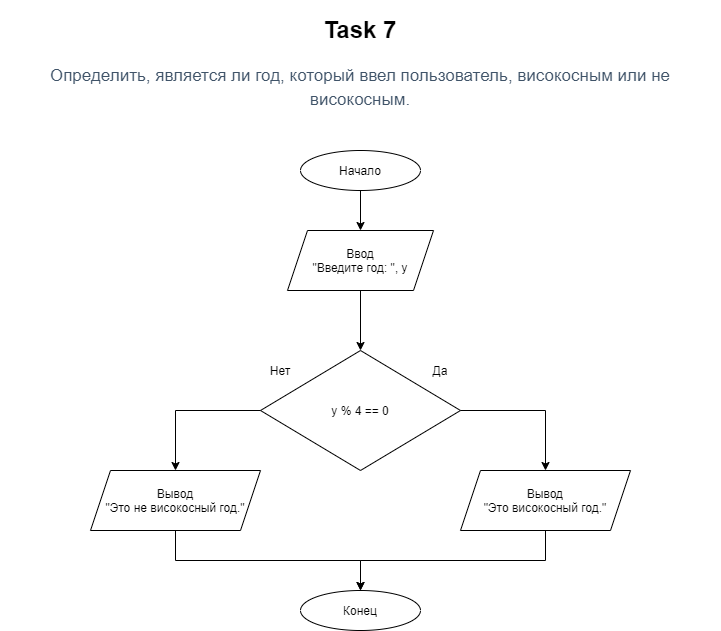
Above: Lesson1/FlowCharts/lesson1-Task-7.png in vic-k23/Geekbrains_algorithms_DS_on_Python (draw.io), before the change. Source tidied: cells renumbered, new cells last; positions are measured from the earlier drawing's top-left corner, leaving out a move shared by most shapes.
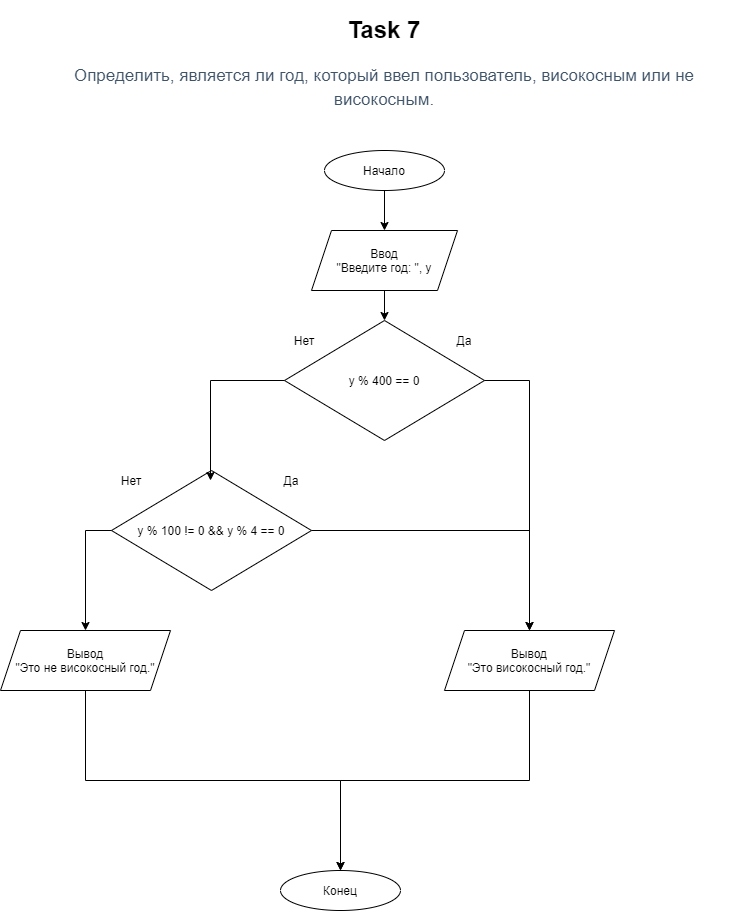
Above is the later version.

Diff of the diagram source:
```diff
@@ -11,44 +11,64 @@
     <mxCell id="4" value="Начало" style="ellipse;whiteSpace=wrap;html=1;align=center;" parent="1" vertex="1">
       <mxGeometry x="300" y="140" width="120" height="40" as="geometry" />
     </mxCell>
-    <mxCell id="5" style="edgeStyle=orthogonalEdgeStyle;rounded=0;jettySize=auto;html=1;exitX=0.5;exitY=1;exitDx=0;exitDy=0;entryX=0.5;entryY=0;entryDx=0;entryDy=0;" parent="1" edge="1" source="6" target="8">
-      <mxGeometry relative="1" as="geometry" />
-    </mxCell>
+    <mxCell id="18" style="edgeStyle=orthogonalEdgeStyle;rounded=0;jettySize=auto;html=1;exitX=0.5;exitY=1;exitDx=0;exitDy=0;entryX=0.5;entryY=0;entryDx=0;entryDy=0;" parent="1" edge="1" source="6" target="20">
+      <mxGeometry relative="1" as="geometry" />
+    </mxCell>
     <mxCell id="6" value="Ввод&lt;br&gt;&quot;Введите год: &quot;, y" style="shape=parallelogram;perimeter=parallelogramPerimeter;whiteSpace=wrap;html=1;fixedSize=1;align=center;" parent="1" vertex="1">
       <mxGeometry x="287" y="220" width="146" height="60" as="geometry" />
     </mxCell>
-    <mxCell id="7" style="group;align=center;" parent="1" vertex="1">
-      <mxGeometry x="260" y="340" width="200" height="120" as="geometry" />
-    </mxCell>
-    <mxCell id="8" value="y % 4 == 0" style="rhombus;whiteSpace=wrap;html=1;align=center;" parent="7" vertex="1">
-      <mxGeometry width="200" height="120" as="geometry" />
-    </mxCell>
-    <mxCell id="9" value="Нет" style="text;html=1;strokeColor=none;fillColor=none;align=center;verticalAlign=middle;whiteSpace=wrap;rounded=0;" parent="7" vertex="1">
-      <mxGeometry y="10" width="40" height="20" as="geometry" />
-    </mxCell>
-    <mxCell id="10" value="Да" style="text;html=1;strokeColor=none;fillColor=none;align=center;verticalAlign=middle;whiteSpace=wrap;rounded=0;" parent="7" vertex="1">
-      <mxGeometry x="160" y="10" width="40" height="20" as="geometry" />
-    </mxCell>
     <mxCell id="11" style="edgeStyle=orthogonalEdgeStyle;rounded=0;jettySize=auto;html=1;exitX=0.5;exitY=1;exitDx=0;exitDy=0;entryX=0.5;entryY=0;entryDx=0;entryDy=0;" parent="1" edge="1" source="12" target="15">
       <mxGeometry relative="1" as="geometry" />
     </mxCell>
     <mxCell id="12" value="Вывод&lt;br&gt;&quot;Это високосный год.&quot;" style="shape=parallelogram;perimeter=parallelogramPerimeter;whiteSpace=wrap;html=1;fixedSize=1;align=center;" parent="1" vertex="1">
-      <mxGeometry x="460" y="460" width="170" height="60" as="geometry" />
+      <mxGeometry x="420" y="620" width="170" height="60" as="geometry" />
     </mxCell>
     <mxCell id="13" style="edgeStyle=orthogonalEdgeStyle;rounded=0;jettySize=auto;html=1;exitX=0.5;exitY=1;exitDx=0;exitDy=0;entryX=0.5;entryY=0;entryDx=0;entryDy=0;" parent="1" edge="1" source="14" target="15">
       <mxGeometry relative="1" as="geometry" />
     </mxCell>
     <mxCell id="14" value="Вывод&lt;br&gt;&quot;Это не високосный год.&quot;" style="shape=parallelogram;perimeter=parallelogramPerimeter;whiteSpace=wrap;html=1;fixedSize=1;align=center;" parent="1" vertex="1">
-      <mxGeometry x="90" y="460" width="170" height="60" as="geometry" />
+      <mxGeometry x="-24" y="620" width="170" height="60" as="geometry" />
     </mxCell>
     <mxCell id="15" value="Конец" style="ellipse;whiteSpace=wrap;html=1;align=center;" parent="1" vertex="1">
-      <mxGeometry x="300" y="580" width="120" height="40" as="geometry" />
+      <mxGeometry x="256" y="860" width="120" height="40" as="geometry" />
     </mxCell>
-    <mxCell id="16" style="edgeStyle=orthogonalEdgeStyle;rounded=0;jettySize=auto;html=1;exitX=0;exitY=0.5;exitDx=0;exitDy=0;" parent="1" edge="1" source="8" target="14">
-      <mxGeometry relative="1" as="geometry" />
-    </mxCell>
-    <mxCell id="17" style="edgeStyle=orthogonalEdgeStyle;rounded=0;jettySize=auto;html=1;exitX=1;exitY=0.5;exitDx=0;exitDy=0;entryX=0.5;entryY=0;entryDx=0;entryDy=0;" parent="1" edge="1" source="8" target="12">
-      <mxGeometry relative="1" as="geometry" />
-    </mxCell>
+    <mxCell id="19" style="group;" parent="1" vertex="1">
+      <mxGeometry x="260" y="310" width="200" height="120" as="geometry" />
+    </mxCell>
+    <mxCell id="20" value="y % 400 == 0" style="rhombus;whiteSpace=wrap;html=1;align=center;" parent="19" vertex="1">
+      <mxGeometry width="200" height="120" as="geometry" />
+    </mxCell>
+    <mxCell id="9" value="Нет" style="text;html=1;strokeColor=none;fillColor=none;align=center;verticalAlign=middle;whiteSpace=wrap;rounded=0;" parent="19" vertex="1">
+      <mxGeometry y="10" width="40" height="20" as="geometry" />
+    </mxCell>
+    <mxCell id="10" value="Да" style="text;html=1;strokeColor=none;fillColor=none;align=center;verticalAlign=middle;whiteSpace=wrap;rounded=0;" parent="19" vertex="1">
+      <mxGeometry x="160" y="10" width="40" height="20" as="geometry" />
+    </mxCell>
+    <mxCell id="21" style="edgeStyle=orthogonalEdgeStyle;rounded=0;jettySize=auto;html=1;exitX=1;exitY=0.5;exitDx=0;exitDy=0;entryX=0.5;entryY=0;entryDx=0;entryDy=0;" parent="1" edge="1" source="20" target="12">
+      <mxGeometry relative="1" as="geometry" />
+    </mxCell>
+    <mxCell id="22" style="group;" parent="1" vertex="1">
+      <mxGeometry x="87" y="460" width="200" height="120" as="geometry" />
+    </mxCell>
+    <mxCell id="23" value="y % 100 != 0 &amp;amp;&amp;amp; y % 4 == 0" style="rhombus;whiteSpace=wrap;html=1;align=center;" parent="22" vertex="1">
+      <mxGeometry width="200" height="120" as="geometry" />
+    </mxCell>
+    <mxCell id="24" value="Нет" style="text;html=1;strokeColor=none;fillColor=none;align=center;verticalAlign=middle;whiteSpace=wrap;rounded=0;" parent="22" vertex="1">
+      <mxGeometry width="40" height="20" as="geometry" />
+    </mxCell>
+    <mxCell id="25" value="Да" style="text;html=1;strokeColor=none;fillColor=none;align=center;verticalAlign=middle;whiteSpace=wrap;rounded=0;" parent="22" vertex="1">
+      <mxGeometry x="160" width="40" height="20" as="geometry" />
+    </mxCell>
+    <mxCell id="26" style="edgeStyle=orthogonalEdgeStyle;rounded=0;jettySize=auto;html=1;exitX=0;exitY=0.5;exitDx=0;exitDy=0;" parent="1" edge="1" source="20">
+      <mxGeometry relative="1" as="geometry">
+        <mxPoint x="186" y="470" as="targetPoint" />
+      </mxGeometry>
+    </mxCell>
+    <mxCell id="27" style="edgeStyle=orthogonalEdgeStyle;rounded=0;jettySize=auto;html=1;exitX=0;exitY=0.5;exitDx=0;exitDy=0;entryX=0.5;entryY=0;entryDx=0;entryDy=0;" parent="1" edge="1" source="23" target="14">
+      <mxGeometry relative="1" as="geometry" />
+    </mxCell>
+    <mxCell id="28" style="edgeStyle=orthogonalEdgeStyle;rounded=0;jettySize=auto;html=1;exitX=1;exitY=0.5;exitDx=0;exitDy=0;entryX=0.5;entryY=0;entryDx=0;entryDy=0;" parent="1" edge="1" source="23" target="12">
+      <mxGeometry relative="1" as="geometry" />
+    </mxCell>
   </root>
 </mxGraphModel>
```
